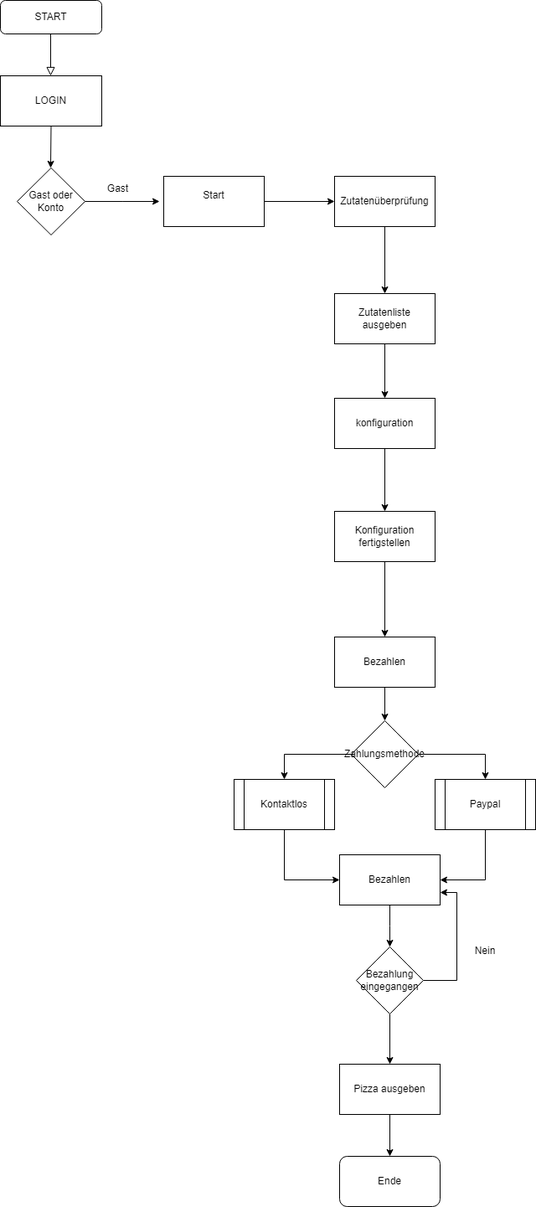
This is zwank_marlon/PAP_Pizzaautomat.png from andreasweberd/2024_F2ab, a draw.io export, as it was before one commit. Source tidied: cells renumbered, new cells last; positions are measured from the earlier drawing's top-left corner, leaving out a move shared by most shapes.
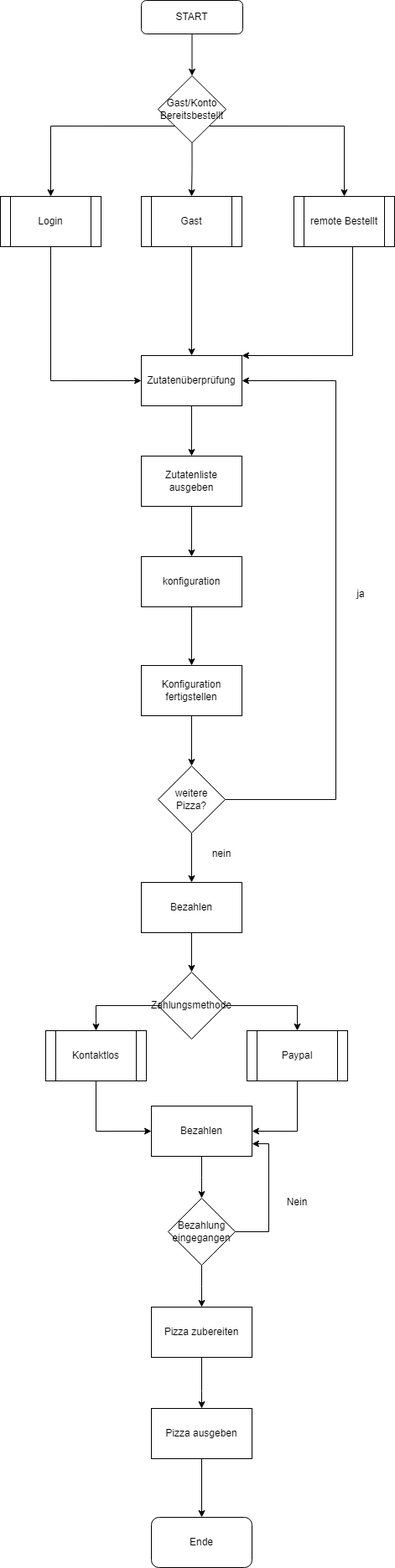
The same diagram one commit later.

Commit message:
13.09.2024Task ERM

Diff of the diagram source:
```diff
@@ -2,68 +2,53 @@
   <root>
     <mxCell id="0" />
     <mxCell id="1" parent="0" />
-    <mxCell id="2" style="rounded=0;html=1;jettySize=auto;fontSize=11;endArrow=block;endFill=0;endSize=8;strokeWidth=1;shadow=0;labelBackgroundColor=none;edgeStyle=orthogonalEdgeStyle;" parent="1" edge="1" source="3">
-      <mxGeometry relative="1" as="geometry">
-        <mxPoint x="60" y="90" as="targetPoint" />
-      </mxGeometry>
-    </mxCell>
+    <mxCell id="37" style="edgeStyle=orthogonalEdgeStyle;rounded=0;jettySize=auto;html=1;entryX=0.5;entryY=0;entryDx=0;entryDy=0;" parent="1" edge="1" source="3" target="7">
+      <mxGeometry relative="1" as="geometry" />
+    </mxCell>
     <mxCell id="3" value="START" style="rounded=1;whiteSpace=wrap;html=1;fontSize=12;glass=0;strokeWidth=1;shadow=0;" parent="1" vertex="1">
-      <mxGeometry width="121" height="40" as="geometry" />
+      <mxGeometry x="333" y="-24" width="121" height="40" as="geometry" />
     </mxCell>
-    <mxCell id="4" style="edgeStyle=orthogonalEdgeStyle;rounded=0;jettySize=auto;html=1;exitX=0.5;exitY=1;exitDx=0;exitDy=0;" parent="1" edge="1" source="5">
-      <mxGeometry relative="1" as="geometry">
-        <mxPoint x="60" y="200" as="targetPoint" />
-      </mxGeometry>
-    </mxCell>
-    <mxCell id="5" value="LOGIN" style="rounded=0;whiteSpace=wrap;html=1;" parent="1" vertex="1">
-      <mxGeometry y="90" width="121" height="60" as="geometry" />
-    </mxCell>
-    <mxCell id="6" style="edgeStyle=orthogonalEdgeStyle;rounded=0;jettySize=auto;html=1;exitX=1;exitY=0.5;exitDx=0;exitDy=0;" parent="1" edge="1" source="7">
-      <mxGeometry relative="1" as="geometry">
-        <mxPoint x="190" y="240" as="targetPoint" />
-      </mxGeometry>
-    </mxCell>
+    <mxCell id="38" style="edgeStyle=orthogonalEdgeStyle;rounded=0;jettySize=auto;html=1;exitX=0;exitY=1;exitDx=0;exitDy=0;entryX=0.5;entryY=0;entryDx=0;entryDy=0;" parent="1" edge="1" source="7" target="45">
+      <mxGeometry relative="1" as="geometry" />
+    </mxCell>
+    <mxCell id="39" style="edgeStyle=orthogonalEdgeStyle;rounded=0;jettySize=auto;html=1;exitX=0.5;exitY=1;exitDx=0;exitDy=0;entryX=0.5;entryY=0;entryDx=0;entryDy=0;" parent="1" edge="1" source="7" target="8">
+      <mxGeometry relative="1" as="geometry" />
+    </mxCell>
+    <mxCell id="40" style="edgeStyle=orthogonalEdgeStyle;rounded=0;jettySize=auto;html=1;exitX=1;exitY=1;exitDx=0;exitDy=0;entryX=0.5;entryY=0;entryDx=0;entryDy=0;" parent="1" edge="1" source="7" target="47">
+      <mxGeometry relative="1" as="geometry" />
+    </mxCell>
-    <mxCell id="7" value="Gast oder Konto" style="rhombus;whiteSpace=wrap;html=1;" parent="1" vertex="1">
-      <mxGeometry x="20" y="200" width="81" height="80" as="geometry" />
+    <mxCell id="7" value="Gast/Konto&lt;div&gt;Bereitsbestellt&lt;/div&gt;" style="rhombus;whiteSpace=wrap;html=1;" parent="1" vertex="1">
+      <mxGeometry x="353" y="66" width="81" height="80" as="geometry" />
     </mxCell>
-    <mxCell id="8" value="Gast" style="text;strokeColor=none;align=center;fillColor=none;html=1;verticalAlign=middle;whiteSpace=wrap;rounded=0;" parent="1" vertex="1">
-      <mxGeometry x="110" y="210" width="61" height="30" as="geometry" />
-    </mxCell>
-    <mxCell id="9" style="edgeStyle=orthogonalEdgeStyle;rounded=0;jettySize=auto;html=1;entryX=0;entryY=0.5;entryDx=0;entryDy=0;" parent="1" edge="1" source="10" target="12">
-      <mxGeometry relative="1" as="geometry" />
-    </mxCell>
-    <mxCell id="10" value="Start&lt;div&gt;&lt;br&gt;&lt;/div&gt;" style="rounded=0;whiteSpace=wrap;html=1;" parent="1" vertex="1">
-      <mxGeometry x="195" y="210" width="120" height="60" as="geometry" />
-    </mxCell>
     <mxCell id="11" style="edgeStyle=orthogonalEdgeStyle;rounded=0;jettySize=auto;html=1;entryX=0.5;entryY=0;entryDx=0;entryDy=0;" parent="1" edge="1" source="12" target="14">
       <mxGeometry relative="1" as="geometry" />
     </mxCell>
     <mxCell id="12" value="Zutatenüberprüfung" style="rounded=0;whiteSpace=wrap;html=1;" parent="1" vertex="1">
-      <mxGeometry x="399" y="210" width="120" height="60" as="geometry" />
+      <mxGeometry x="333" y="400" width="120" height="60" as="geometry" />
     </mxCell>
     <mxCell id="13" style="edgeStyle=orthogonalEdgeStyle;rounded=0;jettySize=auto;html=1;entryX=0.5;entryY=0;entryDx=0;entryDy=0;" parent="1" edge="1" source="14" target="16">
       <mxGeometry relative="1" as="geometry" />
     </mxCell>
     <mxCell id="14" value="Zutatenliste ausgeben" style="rounded=0;whiteSpace=wrap;html=1;" parent="1" vertex="1">
-      <mxGeometry x="399" y="350" width="120" height="60" as="geometry" />
+      <mxGeometry x="333" y="520" width="120" height="60" as="geometry" />
     </mxCell>
     <mxCell id="15" style="edgeStyle=orthogonalEdgeStyle;rounded=0;jettySize=auto;html=1;entryX=0.5;entryY=0;entryDx=0;entryDy=0;" parent="1" edge="1" source="16" target="18">
       <mxGeometry relative="1" as="geometry" />
     </mxCell>
     <mxCell id="16" value="konfiguration" style="rounded=0;whiteSpace=wrap;html=1;" parent="1" vertex="1">
-      <mxGeometry x="399" y="475" width="120" height="60" as="geometry" />
+      <mxGeometry x="333" y="640" width="120" height="60" as="geometry" />
     </mxCell>
-    <mxCell id="17" style="edgeStyle=orthogonalEdgeStyle;rounded=0;jettySize=auto;html=1;entryX=0.5;entryY=0;entryDx=0;entryDy=0;" parent="1" edge="1" source="18" target="20">
-      <mxGeometry relative="1" as="geometry" />
-    </mxCell>
+    <mxCell id="41" style="edgeStyle=orthogonalEdgeStyle;rounded=0;jettySize=auto;html=1;entryX=0.5;entryY=0;entryDx=0;entryDy=0;" parent="1" edge="1" source="18" target="51">
+      <mxGeometry relative="1" as="geometry" />
+    </mxCell>
     <mxCell id="18" value="Konfiguration fertigstellen" style="rounded=0;whiteSpace=wrap;html=1;" parent="1" vertex="1">
-      <mxGeometry x="399" y="610" width="120" height="60" as="geometry" />
+      <mxGeometry x="333" y="770" width="120" height="60" as="geometry" />
     </mxCell>
     <mxCell id="19" style="edgeStyle=orthogonalEdgeStyle;rounded=0;jettySize=auto;html=1;entryX=0.5;entryY=0;entryDx=0;entryDy=0;" parent="1" edge="1" source="20" target="23">
       <mxGeometry relative="1" as="geometry" />
     </mxCell>
     <mxCell id="20" value="Bezahlen" style="rounded=0;whiteSpace=wrap;html=1;" parent="1" vertex="1">
-      <mxGeometry x="399" y="760" width="120" height="60" as="geometry" />
+      <mxGeometry x="333" y="1029" width="120" height="60" as="geometry" />
     </mxCell>
     <mxCell id="21" style="edgeStyle=orthogonalEdgeStyle;rounded=0;jettySize=auto;html=1;entryX=0.5;entryY=0;entryDx=0;entryDy=0;" parent="1" edge="1" source="23" target="27">
       <mxGeometry relative="1" as="geometry" />
@@ -72,57 +57,117 @@
       <mxGeometry relative="1" as="geometry" />
     </mxCell>
     <mxCell id="23" value="Zahlungsmethode" style="rhombus;whiteSpace=wrap;html=1;" parent="1" vertex="1">
-      <mxGeometry x="419" y="860" width="80" height="80" as="geometry" />
+      <mxGeometry x="353" y="1136" width="80" height="80" as="geometry" />
     </mxCell>
     <mxCell id="24" style="edgeStyle=orthogonalEdgeStyle;rounded=0;jettySize=auto;html=1;entryX=1;entryY=0.5;entryDx=0;entryDy=0;" parent="1" edge="1" source="25" target="29">
       <mxGeometry relative="1" as="geometry" />
     </mxCell>
     <mxCell id="25" value="Paypal" style="shape=process;whiteSpace=wrap;html=1;backgroundOutline=1;" parent="1" vertex="1">
-      <mxGeometry x="519" y="930" width="120" height="60" as="geometry" />
+      <mxGeometry x="459" y="1206" width="120" height="60" as="geometry" />
     </mxCell>
     <mxCell id="26" style="edgeStyle=orthogonalEdgeStyle;rounded=0;jettySize=auto;html=1;entryX=0;entryY=0.5;entryDx=0;entryDy=0;" parent="1" edge="1" source="27" target="29">
       <mxGeometry relative="1" as="geometry">
         <Array as="points">
-          <mxPoint x="339" y="1050" />
+          <mxPoint x="279" y="1326" />
         </Array>
       </mxGeometry>
     </mxCell>
     <mxCell id="27" value="Kontaktlos" style="shape=process;whiteSpace=wrap;html=1;backgroundOutline=1;" parent="1" vertex="1">
-      <mxGeometry x="279" y="930" width="120" height="60" as="geometry" />
+      <mxGeometry x="219" y="1206" width="120" height="60" as="geometry" />
     </mxCell>
     <mxCell id="28" style="edgeStyle=orthogonalEdgeStyle;rounded=0;jettySize=auto;html=1;entryX=0.5;entryY=0;entryDx=0;entryDy=0;" parent="1" edge="1" source="29">
       <mxGeometry relative="1" as="geometry">
-        <mxPoint x="465" y="1130" as="targetPoint" />
+        <mxPoint x="405" y="1406" as="targetPoint" />
       </mxGeometry>
     </mxCell>
     <mxCell id="29" value="Bezahlen" style="rounded=0;whiteSpace=wrap;html=1;" parent="1" vertex="1">
-      <mxGeometry x="405" y="1020" width="120" height="60" as="geometry" />
+      <mxGeometry x="345" y="1296" width="120" height="60" as="geometry" />
     </mxCell>
     <mxCell id="30" style="edgeStyle=orthogonalEdgeStyle;rounded=0;jettySize=auto;html=1;entryX=1;entryY=0.75;entryDx=0;entryDy=0;" parent="1" edge="1" source="32" target="29">
       <mxGeometry relative="1" as="geometry">
         <Array as="points">
-          <mxPoint x="545" y="1170" />
-          <mxPoint x="545" y="1065" />
+          <mxPoint x="485" y="1446" />
+          <mxPoint x="485" y="1341" />
         </Array>
       </mxGeometry>
     </mxCell>
-    <mxCell id="31" style="edgeStyle=orthogonalEdgeStyle;rounded=0;jettySize=auto;html=1;entryX=0.5;entryY=0;entryDx=0;entryDy=0;" parent="1" edge="1" source="32" target="35">
-      <mxGeometry relative="1" as="geometry" />
+    <mxCell id="31" style="edgeStyle=orthogonalEdgeStyle;rounded=0;jettySize=auto;html=1;" parent="1" edge="1" source="32">
+      <mxGeometry relative="1" as="geometry">
+        <mxPoint x="405" y="1536" as="targetPoint" />
+      </mxGeometry>
     </mxCell>
     <mxCell id="32" value="Bezahlung eingegangen" style="rhombus;whiteSpace=wrap;html=1;" parent="1" vertex="1">
-      <mxGeometry x="425" y="1130" width="80" height="80" as="geometry" />
+      <mxGeometry x="365" y="1406" width="80" height="80" as="geometry" />
     </mxCell>
     <mxCell id="33" value="Nein" style="text;html=1;align=center;verticalAlign=middle;whiteSpace=wrap;rounded=0;" parent="1" vertex="1">
-      <mxGeometry x="549" y="1120" width="60" height="30" as="geometry" />
+      <mxGeometry x="489" y="1396" width="60" height="30" as="geometry" />
     </mxCell>
     <mxCell id="34" style="edgeStyle=orthogonalEdgeStyle;rounded=0;jettySize=auto;html=1;entryX=0.5;entryY=0;entryDx=0;entryDy=0;" parent="1" edge="1" source="35" target="36">
       <mxGeometry relative="1" as="geometry" />
     </mxCell>
     <mxCell id="35" value="Pizza ausgeben" style="rounded=0;whiteSpace=wrap;html=1;" parent="1" vertex="1">
-      <mxGeometry x="405" y="1270" width="120" height="60" as="geometry" />
+      <mxGeometry x="345" y="1657" width="120" height="60" as="geometry" />
     </mxCell>
     <mxCell id="36" value="Ende" style="rounded=1;whiteSpace=wrap;html=1;" parent="1" vertex="1">
-      <mxGeometry x="405" y="1380" width="120" height="60" as="geometry" />
+      <mxGeometry x="345" y="1787" width="120" height="60" as="geometry" />
     </mxCell>
+    <mxCell id="42" style="edgeStyle=orthogonalEdgeStyle;rounded=0;jettySize=auto;html=1;entryX=0.5;entryY=0;entryDx=0;entryDy=0;" parent="1" edge="1" target="35">
+      <mxGeometry relative="1" as="geometry">
+        <mxPoint x="405" y="1576" as="sourcePoint" />
+        <Array as="points">
+          <mxPoint x="405" y="1636" />
+          <mxPoint x="405" y="1636" />
+        </Array>
+      </mxGeometry>
+    </mxCell>
+    <mxCell id="43" value="Pizza zubereiten" style="rounded=0;whiteSpace=wrap;html=1;" parent="1" vertex="1">
+      <mxGeometry x="345" y="1536" width="120" height="60" as="geometry" />
+    </mxCell>
+    <mxCell id="44" style="edgeStyle=orthogonalEdgeStyle;rounded=0;jettySize=auto;html=1;entryX=0;entryY=0.5;entryDx=0;entryDy=0;" parent="1" edge="1" source="45" target="12">
+      <mxGeometry relative="1" as="geometry">
+        <Array as="points">
+          <mxPoint x="225" y="430" />
+        </Array>
+      </mxGeometry>
+    </mxCell>
+    <mxCell id="45" value="Login" style="shape=process;whiteSpace=wrap;html=1;backgroundOutline=1;" parent="1" vertex="1">
+      <mxGeometry x="165" y="210" width="120" height="60" as="geometry" />
+    </mxCell>
+    <mxCell id="46" style="edgeStyle=orthogonalEdgeStyle;rounded=0;jettySize=auto;html=1;entryX=1;entryY=0;entryDx=0;entryDy=0;" parent="1" edge="1" source="47" target="12">
+      <mxGeometry relative="1" as="geometry">
+        <Array as="points">
+          <mxPoint x="585" y="400" />
+        </Array>
+      </mxGeometry>
+    </mxCell>
+    <mxCell id="47" value="remote Bestellt" style="shape=process;whiteSpace=wrap;html=1;backgroundOutline=1;" parent="1" vertex="1">
+      <mxGeometry x="515" y="210" width="120" height="60" as="geometry" />
+    </mxCell>
+    <mxCell id="48" style="edgeStyle=orthogonalEdgeStyle;rounded=0;jettySize=auto;html=1;" parent="1" edge="1" source="8" target="12">
+      <mxGeometry relative="1" as="geometry" />
+    </mxCell>
+    <mxCell id="8" value="Gast" style="shape=process;whiteSpace=wrap;html=1;backgroundOutline=1;" parent="1" vertex="1">
+      <mxGeometry x="333" y="210" width="120" height="60" as="geometry" />
+    </mxCell>
+    <mxCell id="49" style="edgeStyle=orthogonalEdgeStyle;rounded=0;jettySize=auto;html=1;entryX=1;entryY=0.5;entryDx=0;entryDy=0;" parent="1" edge="1" source="51" target="12">
+      <mxGeometry relative="1" as="geometry">
+        <Array as="points">
+          <mxPoint x="565" y="930" />
+          <mxPoint x="565" y="430" />
+        </Array>
+      </mxGeometry>
+    </mxCell>
+    <mxCell id="50" style="edgeStyle=orthogonalEdgeStyle;rounded=0;jettySize=auto;html=1;" parent="1" edge="1" source="51" target="20">
+      <mxGeometry relative="1" as="geometry" />
+    </mxCell>
+    <mxCell id="51" value="weitere Pizza?" style="rhombus;whiteSpace=wrap;html=1;" parent="1" vertex="1">
+      <mxGeometry x="353" y="890" width="80" height="80" as="geometry" />
+    </mxCell>
+    <mxCell id="52" value="ja" style="text;html=1;align=center;verticalAlign=middle;whiteSpace=wrap;rounded=0;" parent="1" vertex="1">
+      <mxGeometry x="565" y="670" width="60" height="30" as="geometry" />
+    </mxCell>
+    <mxCell id="53" value="nein" style="text;html=1;align=center;verticalAlign=middle;whiteSpace=wrap;rounded=0;" parent="1" vertex="1">
+      <mxGeometry x="399" y="980" width="60" height="30" as="geometry" />
+    </mxCell>
   </root>
 </mxGraphModel>
```
